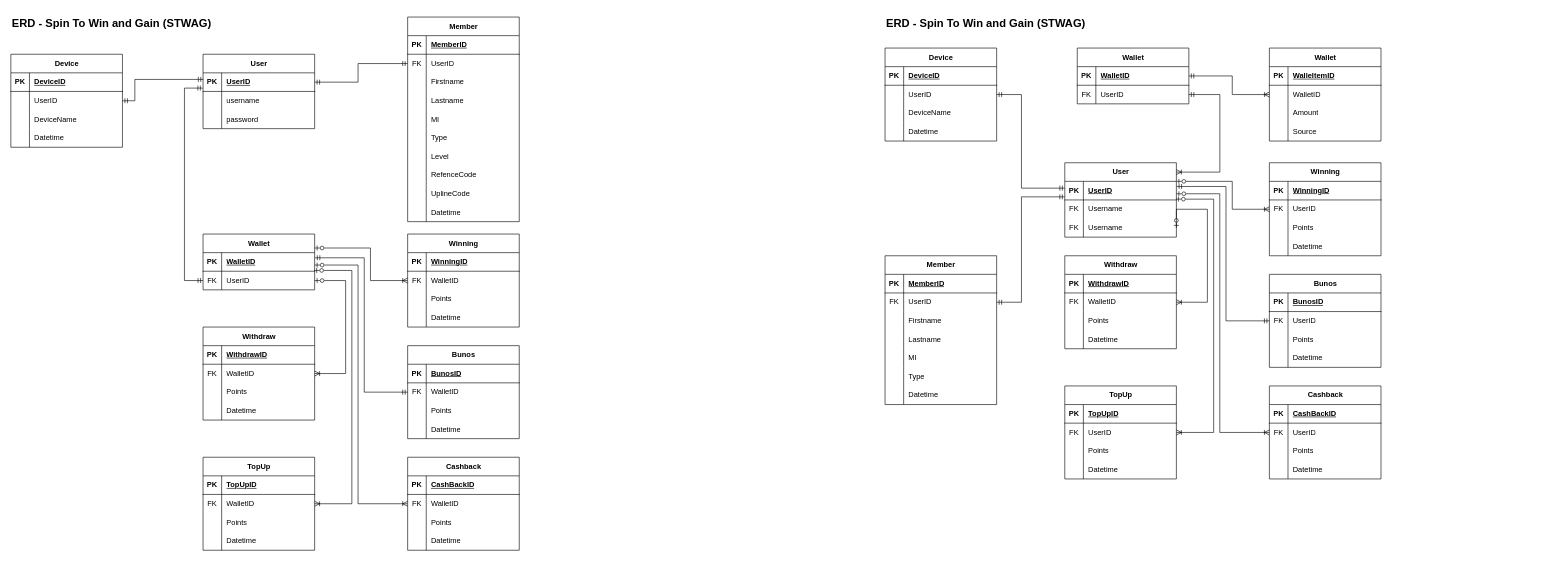
Above: STWAG.drawio in ediangca/STWAG (draw.io), before the change. Source tidied: cells renumbered, new cells numbered last; positions are measured from the earlier drawing's top-left corner, leaving out a move shared by most shapes. Both pictures are drawn from the tidied source at 62%, with x=0, y=0 at pixel (11, 11).
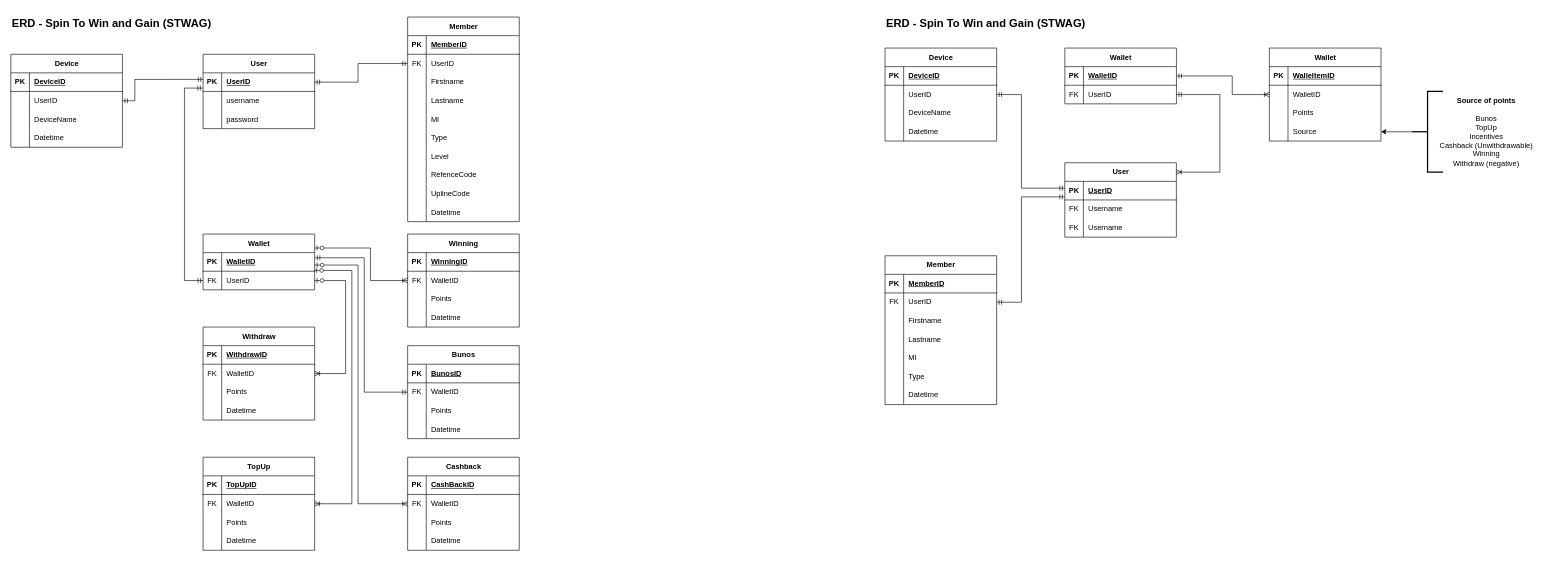
The same page after the edit.

Unchanged cells that the change refers to:
```xml
<mxCell id="144" style="shape=tableRow;horizontal=0;startSize=0;swimlaneHead=0;swimlaneBody=0;fillColor=none;top=0;left=0;right=0;bottom=0;" parent="137" vertex="1">
  <mxGeometry y="90" width="180" height="30" as="geometry" />
</mxCell>
<mxCell id="147" style="shape=tableRow;horizontal=0;startSize=0;swimlaneHead=0;swimlaneBody=0;fillColor=none;points=[[0,0.5],[1,0.5]];portConstraint=eastwest;top=0;left=0;right=0;bottom=0;" parent="137" vertex="1">
  <mxGeometry y="120" width="180" height="30" as="geometry" />
</mxCell>
<mxCell id="172" value="User" style="shape=table;startSize=30;childLayout=tableLayout;rowLines=0;fontStyle=1;align=center;html=1;" parent="1" vertex="1">
  <mxGeometry x="1699.9" y="245" width="180" height="120" as="geometry" />
</mxCell>
<mxCell id="173" style="shape=tableRow;horizontal=0;startSize=0;swimlaneHead=0;swimlaneBody=0;fillColor=none;points=[[0,0.5],[1,0.5]];portConstraint=eastwest;top=0;left=0;right=0;bottom=1;" parent="172" vertex="1">
  <mxGeometry y="30" width="180" height="30" as="geometry" />
</mxCell>
<mxCell id="179" style="shape=tableRow;horizontal=0;startSize=0;swimlaneHead=0;swimlaneBody=0;fillColor=none;points=[[0,0.5],[1,0.5]];portConstraint=eastwest;top=0;left=0;right=0;bottom=0;" parent="172" vertex="1">
  <mxGeometry y="90" width="180" height="30" as="geometry" />
</mxCell>
```

What changed in the source:
```diff
@@
-    <mxCell id="146" value="Amount" style="shape=partialRectangle;fillColor=none;top=0;left=0;bottom=0;right=0;align=left;spacingLeft=6;overflow=hidden;whiteSpace=wrap;html=1;" parent="144" vertex="1">
+    <mxCell id="146" value="Points" style="shape=partialRectangle;fillColor=none;top=0;left=0;bottom=0;right=0;align=left;spacingLeft=6;overflow=hidden;whiteSpace=wrap;html=1;" parent="144" vertex="1">
       <mxGeometry x="30" width="150" height="30" as="geometry" />
     </mxCell>
@@
-    <mxCell id="184" value="Winning" style="shape=table;startSize=30;childLayout=tableLayout;rowLines=0;fontStyle=1;align=center;html=1;" parent="1" vertex="1">
-      <mxGeometry x="2029.9" y="245" width="180" height="150" as="geometry" />
-    </mxCell>
-    <mxCell id="185" style="shape=tableRow;horizontal=0;startSize=0;swimlaneHead=0;swimlaneBody=0;fillColor=none;top=0;left=0;right=0;bottom=1;" parent="184" vertex="1">
-      <mxGeometry y="30" width="180" height="30" as="geometry" />
-    </mxCell>
-    <mxCell id="186" value="PK" style="shape=partialRectangle;fillColor=none;top=0;left=0;bottom=0;right=0;fontStyle=1;overflow=hidden;whiteSpace=wrap;html=1;" parent="185" vertex="1">
-      <mxGeometry width="30" height="30" as="geometry" />
-    </mxCell>
-    <mxCell id="187" value="WinningID" style="shape=partialRectangle;fillColor=none;top=0;left=0;bottom=0;right=0;align=left;spacingLeft=6;fontStyle=5;overflow=hidden;whiteSpace=wrap;html=1;" parent="185" vertex="1">
-      <mxGeometry x="30" width="150" height="30" as="geometry" />
-    </mxCell>
-    <mxCell id="188" style="shape=tableRow;horizontal=0;startSize=0;swimlaneHead=0;swimlaneBody=0;fillColor=none;points=[[0,0.5],[1,0.5]];portConstraint=eastwest;top=0;left=0;right=0;bottom=0;" parent="184" vertex="1">
-      <mxGeometry y="60" width="180" height="30" as="geometry" />
-    </mxCell>
-    <mxCell id="189" value="FK" style="shape=partialRectangle;fillColor=none;top=0;left=0;bottom=0;right=0;overflow=hidden;whiteSpace=wrap;html=1;" parent="188" vertex="1">
-      <mxGeometry width="30" height="30" as="geometry" />
-    </mxCell>
-    <mxCell id="190" value="UserID" style="shape=partialRectangle;fillColor=none;top=0;left=0;bottom=0;right=0;align=left;spacingLeft=6;overflow=hidden;whiteSpace=wrap;html=1;" parent="188" vertex="1">
-      <mxGeometry x="30" width="150" height="30" as="geometry" />
-    </mxCell>
-    <mxCell id="191" style="shape=tableRow;horizontal=0;startSize=0;swimlaneHead=0;swimlaneBody=0;fillColor=none;top=0;left=0;right=0;bottom=0;" parent="184" vertex="1">
-      <mxGeometry y="90" width="180" height="30" as="geometry" />
-    </mxCell>
-    <mxCell id="192" style="shape=partialRectangle;fillColor=none;top=0;left=0;bottom=0;right=0;overflow=hidden;whiteSpace=wrap;html=1;" parent="191" vertex="1">
-      <mxGeometry width="30" height="30" as="geometry" />
-    </mxCell>
-    <mxCell id="193" value="Points" style="shape=partialRectangle;fillColor=none;top=0;left=0;bottom=0;right=0;align=left;spacingLeft=6;overflow=hidden;whiteSpace=wrap;html=1;" parent="191" vertex="1">
-      <mxGeometry x="30" width="150" height="30" as="geometry" />
-    </mxCell>
-    <mxCell id="194" style="shape=tableRow;horizontal=0;startSize=0;swimlaneHead=0;swimlaneBody=0;fillColor=none;top=0;left=0;right=0;bottom=0;" parent="184" vertex="1">
-      <mxGeometry y="120" width="180" height="30" as="geometry" />
-    </mxCell>
-    <mxCell id="195" style="shape=partialRectangle;fillColor=none;top=0;left=0;bottom=0;right=0;overflow=hidden;whiteSpace=wrap;html=1;" parent="194" vertex="1">
-      <mxGeometry width="30" height="30" as="geometry" />
-    </mxCell>
-    <mxCell id="196" value="Datetime" style="shape=partialRectangle;fillColor=none;top=0;left=0;bottom=0;right=0;align=left;spacingLeft=6;overflow=hidden;whiteSpace=wrap;html=1;" parent="194" vertex="1">
-      <mxGeometry x="30" width="150" height="30" as="geometry" />
-    </mxCell>
-    <mxCell id="197" style="edgeStyle=orthogonalEdgeStyle;fontSize=12;html=1;endArrow=ERzeroToOne;startArrow=ERoneToMany;rounded=0;fontFamily=Helvetica;fontColor=default;fontStyle=1;exitX=0;exitY=0.5;exitDx=0;exitDy=0;entryX=1;entryY=0.25;entryDx=0;entryDy=0;startFill=0;endFill=0;" parent="1" edge="1" source="188" target="172">
-      <mxGeometry relative="1" as="geometry">
-        <Array as="points">
-          <mxPoint x="1970" y="320" />
-          <mxPoint x="1970" y="275" />
-        </Array>
-      </mxGeometry>
-    </mxCell>
-    <mxCell id="198" value="Bunos" style="shape=table;startSize=30;childLayout=tableLayout;rowLines=0;fontStyle=1;align=center;html=1;" parent="1" vertex="1">
-      <mxGeometry x="2029.9" y="425" width="180" height="150" as="geometry" />
-    </mxCell>
-    <mxCell id="199" style="shape=tableRow;horizontal=0;startSize=0;swimlaneHead=0;swimlaneBody=0;fillColor=none;top=0;left=0;right=0;bottom=1;" parent="198" vertex="1">
-      <mxGeometry y="30" width="180" height="30" as="geometry" />
-    </mxCell>
-    <mxCell id="200" value="PK" style="shape=partialRectangle;fillColor=none;top=0;left=0;bottom=0;right=0;fontStyle=1;overflow=hidden;whiteSpace=wrap;html=1;" parent="199" vertex="1">
-      <mxGeometry width="30" height="30" as="geometry" />
-    </mxCell>
-    <mxCell id="201" value="BunosID" style="shape=partialRectangle;fillColor=none;top=0;left=0;bottom=0;right=0;align=left;spacingLeft=6;fontStyle=5;overflow=hidden;whiteSpace=wrap;html=1;" parent="199" vertex="1">
-      <mxGeometry x="30" width="150" height="30" as="geometry" />
-    </mxCell>
-    <mxCell id="202" style="shape=tableRow;horizontal=0;startSize=0;swimlaneHead=0;swimlaneBody=0;fillColor=none;points=[[0,0.5],[1,0.5]];portConstraint=eastwest;top=0;left=0;right=0;bottom=0;" parent="198" vertex="1">
-      <mxGeometry y="60" width="180" height="30" as="geometry" />
-    </mxCell>
-    <mxCell id="203" value="FK" style="shape=partialRectangle;fillColor=none;top=0;left=0;bottom=0;right=0;overflow=hidden;whiteSpace=wrap;html=1;" parent="202" vertex="1">
-      <mxGeometry width="30" height="30" as="geometry" />
-    </mxCell>
-    <mxCell id="204" value="UserID" style="shape=partialRectangle;fillColor=none;top=0;left=0;bottom=0;right=0;align=left;spacingLeft=6;overflow=hidden;whiteSpace=wrap;html=1;" parent="202" vertex="1">
-      <mxGeometry x="30" width="150" height="30" as="geometry" />
-    </mxCell>
-    <mxCell id="205" style="shape=tableRow;horizontal=0;startSize=0;swimlaneHead=0;swimlaneBody=0;fillColor=none;top=0;left=0;right=0;bottom=0;" parent="198" vertex="1">
-      <mxGeometry y="90" width="180" height="30" as="geometry" />
-    </mxCell>
-    <mxCell id="206" style="shape=partialRectangle;fillColor=none;top=0;left=0;bottom=0;right=0;overflow=hidden;whiteSpace=wrap;html=1;" parent="205" vertex="1">
-      <mxGeometry width="30" height="30" as="geometry" />
-    </mxCell>
-    <mxCell id="207" value="Points" style="shape=partialRectangle;fillColor=none;top=0;left=0;bottom=0;right=0;align=left;spacingLeft=6;overflow=hidden;whiteSpace=wrap;html=1;" parent="205" vertex="1">
-      <mxGeometry x="30" width="150" height="30" as="geometry" />
-    </mxCell>
-    <mxCell id="208" style="shape=tableRow;horizontal=0;startSize=0;swimlaneHead=0;swimlaneBody=0;fillColor=none;top=0;left=0;right=0;bottom=0;" parent="198" vertex="1">
-      <mxGeometry y="120" width="180" height="30" as="geometry" />
-    </mxCell>
-    <mxCell id="209" style="shape=partialRectangle;fillColor=none;top=0;left=0;bottom=0;right=0;overflow=hidden;whiteSpace=wrap;html=1;" parent="208" vertex="1">
-      <mxGeometry width="30" height="30" as="geometry" />
-    </mxCell>
-    <mxCell id="210" value="Datetime" style="shape=partialRectangle;fillColor=none;top=0;left=0;bottom=0;right=0;align=left;spacingLeft=6;overflow=hidden;whiteSpace=wrap;html=1;" parent="208" vertex="1">
-      <mxGeometry x="30" width="150" height="30" as="geometry" />
-    </mxCell>
-    <mxCell id="211" style="edgeStyle=orthogonalEdgeStyle;fontSize=12;html=1;endArrow=ERmandOne;startArrow=ERmandOne;rounded=0;fontFamily=Helvetica;fontColor=default;fontStyle=1;exitX=0;exitY=0.5;exitDx=0;exitDy=0;entryX=1.002;entryY=0.276;entryDx=0;entryDy=0;entryPerimeter=0;endFill=0;" parent="1" edge="1" source="202" target="173">
-      <mxGeometry relative="1" as="geometry">
-        <Array as="points">
-          <mxPoint x="1959.9" y="500" />
-          <mxPoint x="1959.9" y="283" />
-        </Array>
-      </mxGeometry>
-    </mxCell>
-    <mxCell id="212" value="Cashback" style="shape=table;startSize=30;childLayout=tableLayout;rowLines=0;fontStyle=1;align=center;html=1;" parent="1" vertex="1">
-      <mxGeometry x="2029.9" y="605" width="180" height="150" as="geometry" />
-    </mxCell>
-    <mxCell id="213" style="shape=tableRow;horizontal=0;startSize=0;swimlaneHead=0;swimlaneBody=0;fillColor=none;top=0;left=0;right=0;bottom=1;" parent="212" vertex="1">
-      <mxGeometry y="30" width="180" height="30" as="geometry" />
-    </mxCell>
-    <mxCell id="214" value="PK" style="shape=partialRectangle;fillColor=none;top=0;left=0;bottom=0;right=0;fontStyle=1;overflow=hidden;whiteSpace=wrap;html=1;" parent="213" vertex="1">
-      <mxGeometry width="30" height="30" as="geometry" />
-    </mxCell>
-    <mxCell id="215" value="CashBackID" style="shape=partialRectangle;fillColor=none;top=0;left=0;bottom=0;right=0;align=left;spacingLeft=6;fontStyle=5;overflow=hidden;whiteSpace=wrap;html=1;" parent="213" vertex="1">
-      <mxGeometry x="30" width="150" height="30" as="geometry" />
-    </mxCell>
-    <mxCell id="216" style="shape=tableRow;horizontal=0;startSize=0;swimlaneHead=0;swimlaneBody=0;fillColor=none;points=[[0,0.5],[1,0.5]];portConstraint=eastwest;top=0;left=0;right=0;bottom=0;" parent="212" vertex="1">
-      <mxGeometry y="60" width="180" height="30" as="geometry" />
-    </mxCell>
-    <mxCell id="217" value="FK" style="shape=partialRectangle;fillColor=none;top=0;left=0;bottom=0;right=0;overflow=hidden;whiteSpace=wrap;html=1;" parent="216" vertex="1">
-      <mxGeometry width="30" height="30" as="geometry" />
-    </mxCell>
-    <mxCell id="218" value="UserID" style="shape=partialRectangle;fillColor=none;top=0;left=0;bottom=0;right=0;align=left;spacingLeft=6;overflow=hidden;whiteSpace=wrap;html=1;" parent="216" vertex="1">
-      <mxGeometry x="30" width="150" height="30" as="geometry" />
-    </mxCell>
-    <mxCell id="219" style="shape=tableRow;horizontal=0;startSize=0;swimlaneHead=0;swimlaneBody=0;fillColor=none;top=0;left=0;right=0;bottom=0;" parent="212" vertex="1">
-      <mxGeometry y="90" width="180" height="30" as="geometry" />
-    </mxCell>
-    <mxCell id="220" style="shape=partialRectangle;fillColor=none;top=0;left=0;bottom=0;right=0;overflow=hidden;whiteSpace=wrap;html=1;" parent="219" vertex="1">
-      <mxGeometry width="30" height="30" as="geometry" />
-    </mxCell>
-    <mxCell id="221" value="Points" style="shape=partialRectangle;fillColor=none;top=0;left=0;bottom=0;right=0;align=left;spacingLeft=6;overflow=hidden;whiteSpace=wrap;html=1;" parent="219" vertex="1">
-      <mxGeometry x="30" width="150" height="30" as="geometry" />
-    </mxCell>
-    <mxCell id="222" style="shape=tableRow;horizontal=0;startSize=0;swimlaneHead=0;swimlaneBody=0;fillColor=none;top=0;left=0;right=0;bottom=0;" parent="212" vertex="1">
-      <mxGeometry y="120" width="180" height="30" as="geometry" />
-    </mxCell>
-    <mxCell id="223" style="shape=partialRectangle;fillColor=none;top=0;left=0;bottom=0;right=0;overflow=hidden;whiteSpace=wrap;html=1;" parent="222" vertex="1">
-      <mxGeometry width="30" height="30" as="geometry" />
-    </mxCell>
-    <mxCell id="224" value="Datetime" style="shape=partialRectangle;fillColor=none;top=0;left=0;bottom=0;right=0;align=left;spacingLeft=6;overflow=hidden;whiteSpace=wrap;html=1;" parent="222" vertex="1">
-      <mxGeometry x="30" width="150" height="30" as="geometry" />
-    </mxCell>
-    <mxCell id="225" style="edgeStyle=orthogonalEdgeStyle;fontSize=12;html=1;endArrow=ERzeroToOne;startArrow=ERoneToMany;rounded=0;fontFamily=Helvetica;fontColor=default;fontStyle=1;exitX=0;exitY=0.5;exitDx=0;exitDy=0;startFill=0;endFill=0;entryX=1;entryY=0.667;entryDx=0;entryDy=0;entryPerimeter=0;" parent="1" edge="1" source="216" target="173">
-      <mxGeometry relative="1" as="geometry">
-        <Array as="points">
-          <mxPoint x="1949.9" y="680" />
-          <mxPoint x="1949.9" y="295" />
-        </Array>
-      </mxGeometry>
-    </mxCell>
-    <mxCell id="226" value="TopUp" style="shape=table;startSize=30;childLayout=tableLayout;rowLines=0;fontStyle=1;align=center;html=1;" parent="1" vertex="1">
-      <mxGeometry x="1699.9" y="605" width="180" height="150" as="geometry" />
-    </mxCell>
-    <mxCell id="227" style="shape=tableRow;horizontal=0;startSize=0;swimlaneHead=0;swimlaneBody=0;fillColor=none;top=0;left=0;right=0;bottom=1;" parent="226" vertex="1">
-      <mxGeometry y="30" width="180" height="30" as="geometry" />
-    </mxCell>
-    <mxCell id="228" value="PK" style="shape=partialRectangle;fillColor=none;top=0;left=0;bottom=0;right=0;fontStyle=1;overflow=hidden;whiteSpace=wrap;html=1;" parent="227" vertex="1">
-      <mxGeometry width="30" height="30" as="geometry" />
-    </mxCell>
-    <mxCell id="229" value="TopUpID" style="shape=partialRectangle;fillColor=none;top=0;left=0;bottom=0;right=0;align=left;spacingLeft=6;fontStyle=5;overflow=hidden;whiteSpace=wrap;html=1;" parent="227" vertex="1">
-      <mxGeometry x="30" width="150" height="30" as="geometry" />
-    </mxCell>
-    <mxCell id="230" style="shape=tableRow;horizontal=0;startSize=0;swimlaneHead=0;swimlaneBody=0;fillColor=none;points=[[0,0.5],[1,0.5]];portConstraint=eastwest;top=0;left=0;right=0;bottom=0;" parent="226" vertex="1">
-      <mxGeometry y="60" width="180" height="30" as="geometry" />
-    </mxCell>
-    <mxCell id="231" value="FK" style="shape=partialRectangle;fillColor=none;top=0;left=0;bottom=0;right=0;overflow=hidden;whiteSpace=wrap;html=1;" parent="230" vertex="1">
-      <mxGeometry width="30" height="30" as="geometry" />
-    </mxCell>
-    <mxCell id="232" value="UserID" style="shape=partialRectangle;fillColor=none;top=0;left=0;bottom=0;right=0;align=left;spacingLeft=6;overflow=hidden;whiteSpace=wrap;html=1;" parent="230" vertex="1">
-      <mxGeometry x="30" width="150" height="30" as="geometry" />
-    </mxCell>
-    <mxCell id="233" style="shape=tableRow;horizontal=0;startSize=0;swimlaneHead=0;swimlaneBody=0;fillColor=none;top=0;left=0;right=0;bottom=0;" parent="226" vertex="1">
-      <mxGeometry y="90" width="180" height="30" as="geometry" />
-    </mxCell>
-    <mxCell id="234" style="shape=partialRectangle;fillColor=none;top=0;left=0;bottom=0;right=0;overflow=hidden;whiteSpace=wrap;html=1;" parent="233" vertex="1">
-      <mxGeometry width="30" height="30" as="geometry" />
-    </mxCell>
-    <mxCell id="235" value="Points" style="shape=partialRectangle;fillColor=none;top=0;left=0;bottom=0;right=0;align=left;spacingLeft=6;overflow=hidden;whiteSpace=wrap;html=1;" parent="233" vertex="1">
-      <mxGeometry x="30" width="150" height="30" as="geometry" />
-    </mxCell>
-    <mxCell id="236" style="shape=tableRow;horizontal=0;startSize=0;swimlaneHead=0;swimlaneBody=0;fillColor=none;top=0;left=0;right=0;bottom=0;" parent="226" vertex="1">
-      <mxGeometry y="120" width="180" height="30" as="geometry" />
-    </mxCell>
-    <mxCell id="237" style="shape=partialRectangle;fillColor=none;top=0;left=0;bottom=0;right=0;overflow=hidden;whiteSpace=wrap;html=1;" parent="236" vertex="1">
-      <mxGeometry width="30" height="30" as="geometry" />
-    </mxCell>
-    <mxCell id="238" value="Datetime" style="shape=partialRectangle;fillColor=none;top=0;left=0;bottom=0;right=0;align=left;spacingLeft=6;overflow=hidden;whiteSpace=wrap;html=1;" parent="236" vertex="1">
-      <mxGeometry x="30" width="150" height="30" as="geometry" />
-    </mxCell>
-    <mxCell id="239" style="edgeStyle=orthogonalEdgeStyle;fontSize=12;html=1;endArrow=ERzeroToOne;startArrow=ERoneToMany;rounded=0;fontFamily=Helvetica;fontColor=default;fontStyle=1;exitX=1;exitY=0.5;exitDx=0;exitDy=0;entryX=0.996;entryY=0.957;entryDx=0;entryDy=0;startFill=0;endFill=0;entryPerimeter=0;" parent="1" edge="1" source="230" target="173">
-      <mxGeometry relative="1" as="geometry">
-        <Array as="points">
-          <mxPoint x="1940" y="680" />
-          <mxPoint x="1940" y="304" />
-        </Array>
-      </mxGeometry>
-    </mxCell>
-    <mxCell id="240" value="Withdraw" style="shape=table;startSize=30;childLayout=tableLayout;rowLines=0;fontStyle=1;align=center;html=1;" parent="1" vertex="1">
-      <mxGeometry x="1699.9" y="395" width="180" height="150" as="geometry" />
-    </mxCell>
-    <mxCell id="241" style="shape=tableRow;horizontal=0;startSize=0;swimlaneHead=0;swimlaneBody=0;fillColor=none;top=0;left=0;right=0;bottom=1;" parent="240" vertex="1">
-      <mxGeometry y="30" width="180" height="30" as="geometry" />
-    </mxCell>
-    <mxCell id="242" value="PK" style="shape=partialRectangle;fillColor=none;top=0;left=0;bottom=0;right=0;fontStyle=1;overflow=hidden;whiteSpace=wrap;html=1;" parent="241" vertex="1">
-      <mxGeometry width="30" height="30" as="geometry" />
-    </mxCell>
-    <mxCell id="243" value="&lt;span style=&quot;text-align: center; text-wrap-mode: nowrap;&quot;&gt;Withdraw&lt;/span&gt;ID" style="shape=partialRectangle;fillColor=none;top=0;left=0;bottom=0;right=0;align=left;spacingLeft=6;fontStyle=5;overflow=hidden;whiteSpace=wrap;html=1;" parent="241" vertex="1">
-      <mxGeometry x="30" width="150" height="30" as="geometry" />
-    </mxCell>
-    <mxCell id="244" style="shape=tableRow;horizontal=0;startSize=0;swimlaneHead=0;swimlaneBody=0;fillColor=none;points=[[0,0.5],[1,0.5]];portConstraint=eastwest;top=0;left=0;right=0;bottom=0;" parent="240" vertex="1">
-      <mxGeometry y="60" width="180" height="30" as="geometry" />
-    </mxCell>
-    <mxCell id="245" value="FK" style="shape=partialRectangle;fillColor=none;top=0;left=0;bottom=0;right=0;overflow=hidden;whiteSpace=wrap;html=1;" parent="244" vertex="1">
-      <mxGeometry width="30" height="30" as="geometry" />
-    </mxCell>
-    <mxCell id="246" value="WalletID" style="shape=partialRectangle;fillColor=none;top=0;left=0;bottom=0;right=0;align=left;spacingLeft=6;overflow=hidden;whiteSpace=wrap;html=1;" parent="244" vertex="1">
-      <mxGeometry x="30" width="150" height="30" as="geometry" />
-    </mxCell>
-    <mxCell id="247" style="shape=tableRow;horizontal=0;startSize=0;swimlaneHead=0;swimlaneBody=0;fillColor=none;top=0;left=0;right=0;bottom=0;" parent="240" vertex="1">
-      <mxGeometry y="90" width="180" height="30" as="geometry" />
-    </mxCell>
-    <mxCell id="248" style="shape=partialRectangle;fillColor=none;top=0;left=0;bottom=0;right=0;overflow=hidden;whiteSpace=wrap;html=1;" parent="247" vertex="1">
-      <mxGeometry width="30" height="30" as="geometry" />
-    </mxCell>
-    <mxCell id="249" value="Points" style="shape=partialRectangle;fillColor=none;top=0;left=0;bottom=0;right=0;align=left;spacingLeft=6;overflow=hidden;whiteSpace=wrap;html=1;" parent="247" vertex="1">
-      <mxGeometry x="30" width="150" height="30" as="geometry" />
-    </mxCell>
-    <mxCell id="250" style="shape=tableRow;horizontal=0;startSize=0;swimlaneHead=0;swimlaneBody=0;fillColor=none;top=0;left=0;right=0;bottom=0;" parent="240" vertex="1">
-      <mxGeometry y="120" width="180" height="30" as="geometry" />
-    </mxCell>
-    <mxCell id="251" style="shape=partialRectangle;fillColor=none;top=0;left=0;bottom=0;right=0;overflow=hidden;whiteSpace=wrap;html=1;" parent="250" vertex="1">
-      <mxGeometry width="30" height="30" as="geometry" />
-    </mxCell>
-    <mxCell id="252" value="Datetime" style="shape=partialRectangle;fillColor=none;top=0;left=0;bottom=0;right=0;align=left;spacingLeft=6;overflow=hidden;whiteSpace=wrap;html=1;" parent="250" vertex="1">
-      <mxGeometry x="30" width="150" height="30" as="geometry" />
-    </mxCell>
-    <mxCell id="253" style="edgeStyle=orthogonalEdgeStyle;fontSize=12;html=1;endArrow=ERzeroToOne;startArrow=ERoneToMany;rounded=0;fontFamily=Helvetica;fontColor=default;fontStyle=1;exitX=1;exitY=0.5;exitDx=0;exitDy=0;startFill=0;endFill=0;entryX=1;entryY=0.5;entryDx=0;entryDy=0;" parent="1" edge="1" source="244" target="179">
-      <mxGeometry relative="1" as="geometry">
-        <Array as="points">
-          <mxPoint x="1929.9" y="470" />
-          <mxPoint x="1929.9" y="320" />
-        </Array>
-      </mxGeometry>
-    </mxCell>
     <mxCell id="254" value="Wallet" style="shape=table;startSize=30;childLayout=tableLayout;rowLines=0;fontStyle=1;align=center;html=1;" parent="1" vertex="1">
-      <mxGeometry x="1720" y="60" width="180" height="90" as="geometry" />
+      <mxGeometry x="1700" y="60" width="180" height="90" as="geometry" />
     </mxCell>
@@
+    <mxCell id="277" style="edgeStyle=orthogonalEdgeStyle;rounded=0;jettySize=auto;html=1;entryX=1;entryY=0.5;entryDx=0;entryDy=0;fontFamily=Helvetica;fontSize=12;fontColor=default;fontStyle=1;" parent="1" edge="1" source="278" target="147">
+      <mxGeometry relative="1" as="geometry" />
+    </mxCell>
+    <mxCell id="278" style="strokeWidth=2;html=1;shape=mxgraph.flowchart.annotation_2;align=left;labelPosition=right;strokeColor=default;verticalAlign=middle;fontFamily=Helvetica;fontSize=12;fontColor=default;fontStyle=1;fillColor=default;" parent="1" vertex="1">
+      <mxGeometry x="2260" y="130" width="50" height="130" as="geometry" />
+    </mxCell>
+    <mxCell id="279" value="Source of points&lt;div&gt;&lt;br&gt;&lt;/div&gt;&lt;div&gt;&lt;font style=&quot;font-weight: normal;&quot;&gt;Bunos&lt;/font&gt;&lt;/div&gt;&lt;div&gt;&lt;font style=&quot;font-weight: normal;&quot;&gt;TopUp&lt;/font&gt;&lt;/div&gt;&lt;div&gt;&lt;font style=&quot;font-weight: normal;&quot;&gt;Incentives&lt;/font&gt;&lt;/div&gt;&lt;div&gt;&lt;font style=&quot;font-weight: normal;&quot;&gt;Cashback (Unwithdrawable)&lt;/font&gt;&lt;/div&gt;&lt;div&gt;&lt;font style=&quot;font-weight: normal;&quot;&gt;Winning&lt;/font&gt;&lt;/div&gt;&lt;div&gt;&lt;font style=&quot;font-weight: normal;&quot;&gt;Withdraw (negative)&lt;/font&gt;&lt;/div&gt;" style="text;html=1;align=center;verticalAlign=middle;whiteSpace=wrap;rounded=0;fontFamily=Helvetica;fontSize=12;fontColor=default;fontStyle=1;" parent="1" vertex="1">
+      <mxGeometry x="2290" y="150" width="180" height="90" as="geometry" />
+    </mxCell>
```
